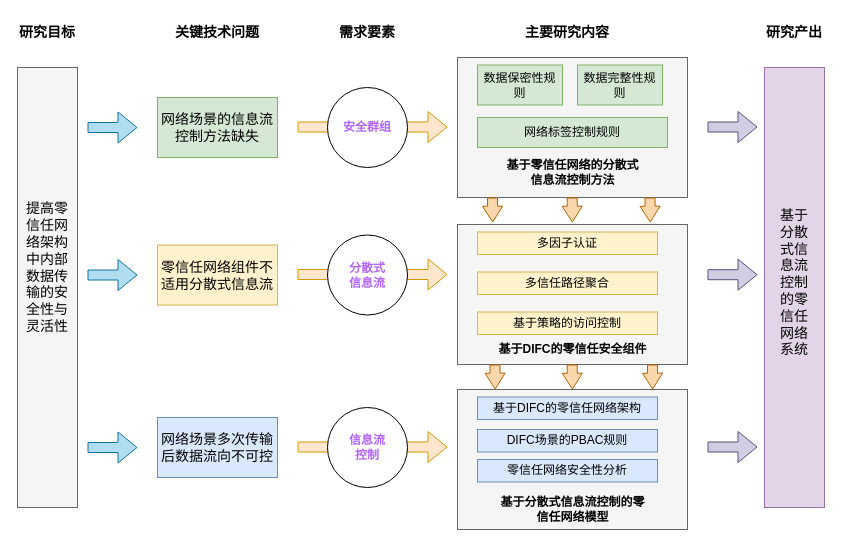
Before: 研究内容框架.drawio in ZhuShouCheng/notebook, a draw.io diagram. Source tidied: cells renumbered, new cells numbered last; positions are measured from the earlier drawing's top-left corner, leaving out a move shared by most shapes. Both pictures are drawn from the tidied source at 100%, with x=0, y=0 at pixel (17, 17).
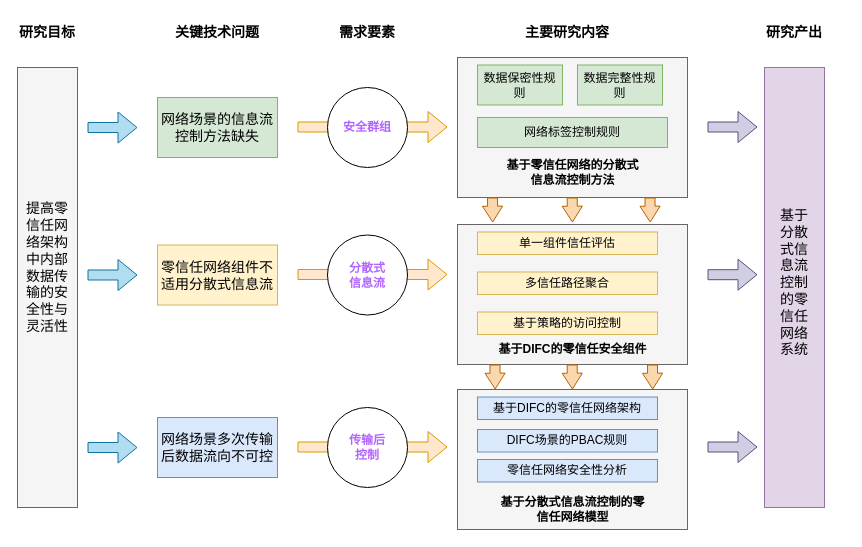
The same page after the edit.

Commit message:
更新研究内容框架.drawio

Change to the diagram source:
```diff
@@
-    <mxCell id="17" value="&lt;font color=&quot;#b266ff&quot;&gt;&lt;b&gt;信息流&lt;br&gt;控制&lt;/b&gt;&lt;/font&gt;" style="ellipse;whiteSpace=wrap;html=1;" parent="1" vertex="1">
+    <mxCell id="17" value="&lt;font color=&quot;#b266ff&quot;&gt;&lt;b&gt;传输后&lt;br&gt;控制&lt;/b&gt;&lt;/font&gt;" style="ellipse;whiteSpace=wrap;html=1;" parent="1" vertex="1">
       <mxGeometry x="310" y="390" width="80" height="80" as="geometry" />
     </mxCell>
@@
-    <mxCell id="26" value="多因子认证" style="rounded=0;whiteSpace=wrap;html=1;fillColor=#fff2cc;strokeColor=#d6b656;" parent="1" vertex="1">
+    <mxCell id="26" value="单一组件信任评估" style="rounded=0;whiteSpace=wrap;html=1;fillColor=#fff2cc;strokeColor=#d6b656;" parent="1" vertex="1">
       <mxGeometry x="460" y="214.5" width="180" height="22.5" as="geometry" />
     </mxCell>
```
